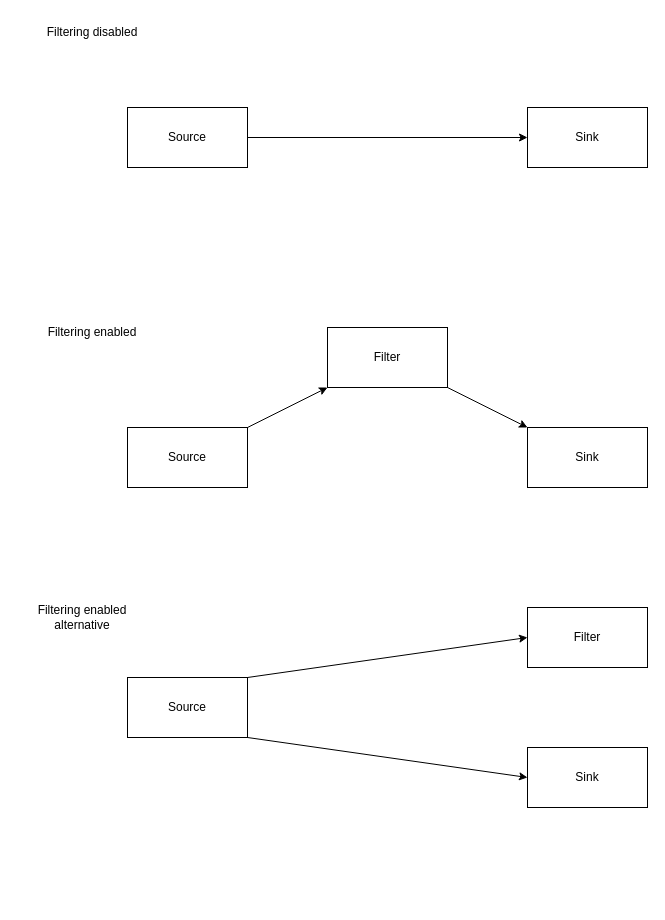
This is acquire-threads-basic.drawio from andy-sweet/diagrams, a draw.io file, before an edit. Source tidied: cells renumbered, new cells numbered last; positions are measured from the earlier drawing's top-left corner, leaving out a move shared by most shapes. Both pictures are drawn from the tidied source at 100%, with x=0, y=0 at pixel (17, 17).
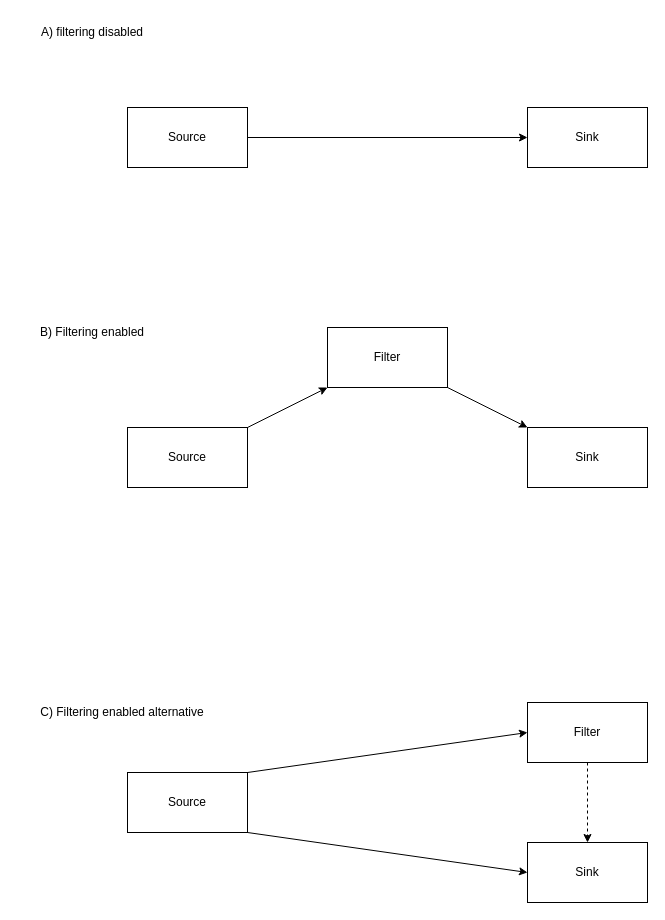
After the change.

Diff of the diagram source:
```diff
@@
 <mxGraphModel>
   <root>
     <mxCell id="0" />
     <mxCell id="1" parent="0" />
     <mxCell id="2" value="Source" style="rounded=0;whiteSpace=wrap;html=1;" parent="1" vertex="1">
       <mxGeometry x="110" y="90" width="120" height="60" as="geometry" />
     </mxCell>
     <mxCell id="3" value="Sink" style="rounded=0;whiteSpace=wrap;html=1;" parent="1" vertex="1">
       <mxGeometry x="510" y="90" width="120" height="60" as="geometry" />
     </mxCell>
     <mxCell id="4" value="Source" style="rounded=0;whiteSpace=wrap;html=1;" parent="1" vertex="1">
       <mxGeometry x="110" y="410" width="120" height="60" as="geometry" />
     </mxCell>
     <mxCell id="5" value="Filter" style="rounded=0;whiteSpace=wrap;html=1;" parent="1" vertex="1">
       <mxGeometry x="310" y="310" width="120" height="60" as="geometry" />
     </mxCell>
     <mxCell id="6" value="Sink" style="rounded=0;whiteSpace=wrap;html=1;" parent="1" vertex="1">
       <mxGeometry x="510" y="410" width="120" height="60" as="geometry" />
     </mxCell>
     <mxCell id="7" style="endArrow=classic;html=1;rounded=0;exitX=1;exitY=0.5;exitDx=0;exitDy=0;entryX=0;entryY=0.5;entryDx=0;entryDy=0;" parent="1" edge="1" source="2" target="3">
       <mxGeometry relative="1" as="geometry" />
     </mxCell>
     <mxCell id="8" style="endArrow=classic;html=1;rounded=0;exitX=1;exitY=0;exitDx=0;exitDy=0;entryX=0;entryY=1;entryDx=0;entryDy=0;" parent="1" edge="1" source="4" target="5">
       <mxGeometry relative="1" as="geometry" />
     </mxCell>
     <mxCell id="9" style="endArrow=classic;html=1;rounded=0;entryX=0;entryY=0;entryDx=0;entryDy=0;exitX=1;exitY=1;exitDx=0;exitDy=0;" parent="1" edge="1" source="5" target="6">
       <mxGeometry relative="1" as="geometry" />
     </mxCell>
-    <mxCell id="10" value="Filtering disabled" style="text;html=1;strokeColor=none;fillColor=none;align=center;verticalAlign=middle;whiteSpace=wrap;rounded=0;" parent="1" vertex="1">
+    <mxCell id="10" value="A) filtering disabled" style="text;html=1;strokeColor=none;fillColor=none;align=center;verticalAlign=middle;whiteSpace=wrap;rounded=0;" parent="1" vertex="1">
       <mxGeometry x="10" width="130" height="30" as="geometry" />
     </mxCell>
-    <mxCell id="11" value="Filtering enabled" style="text;html=1;strokeColor=none;fillColor=none;align=center;verticalAlign=middle;whiteSpace=wrap;rounded=0;" parent="1" vertex="1">
+    <mxCell id="11" value="B) Filtering enabled" style="text;html=1;strokeColor=none;fillColor=none;align=center;verticalAlign=middle;whiteSpace=wrap;rounded=0;" parent="1" vertex="1">
       <mxGeometry x="10" y="300" width="130" height="30" as="geometry" />
     </mxCell>
     <mxCell id="12" value="Source" style="rounded=0;whiteSpace=wrap;html=1;" parent="1" vertex="1">
-      <mxGeometry x="110" y="660" width="120" height="60" as="geometry" />
+      <mxGeometry x="110" y="755" width="120" height="60" as="geometry" />
     </mxCell>
     <mxCell id="13" value="Filter" style="rounded=0;whiteSpace=wrap;html=1;" parent="1" vertex="1">
-      <mxGeometry x="510" y="590" width="120" height="60" as="geometry" />
+      <mxGeometry x="510" y="685" width="120" height="60" as="geometry" />
     </mxCell>
     <mxCell id="14" value="Sink" style="rounded=0;whiteSpace=wrap;html=1;" parent="1" vertex="1">
-      <mxGeometry x="510" y="730" width="120" height="60" as="geometry" />
+      <mxGeometry x="510" y="825" width="120" height="60" as="geometry" />
     </mxCell>
     <mxCell id="15" style="endArrow=classic;html=1;rounded=0;exitX=1;exitY=0;exitDx=0;exitDy=0;entryX=0;entryY=0.5;entryDx=0;entryDy=0;" parent="1" edge="1" source="12" target="13">
       <mxGeometry relative="1" as="geometry" />
     </mxCell>
-    <mxCell id="16" value="Filtering enabled alternative" style="text;html=1;strokeColor=none;fillColor=none;align=center;verticalAlign=middle;whiteSpace=wrap;rounded=0;" parent="1" vertex="1">
-      <mxGeometry y="585" width="130" height="30" as="geometry" />
+    <mxCell id="16" value="C) Filtering enabled alternative" style="text;html=1;strokeColor=none;fillColor=none;align=center;verticalAlign=middle;whiteSpace=wrap;rounded=0;" parent="1" vertex="1">
+      <mxGeometry x="10" y="680" width="190" height="30" as="geometry" />
     </mxCell>
     <mxCell id="17" style="endArrow=classic;html=1;rounded=0;exitX=1;exitY=1;exitDx=0;exitDy=0;entryX=0;entryY=0.5;entryDx=0;entryDy=0;" parent="1" edge="1" source="12" target="14">
       <mxGeometry relative="1" as="geometry" />
     </mxCell>
+    <mxCell id="18" style="endArrow=classic;html=1;rounded=0;entryX=0.5;entryY=0;entryDx=0;entryDy=0;exitX=0.5;exitY=1;exitDx=0;exitDy=0;dashed=1;" parent="1" edge="1" source="13" target="14">
+      <mxGeometry relative="1" as="geometry" />
+    </mxCell>
   </root>
 </mxGraphModel>
```
